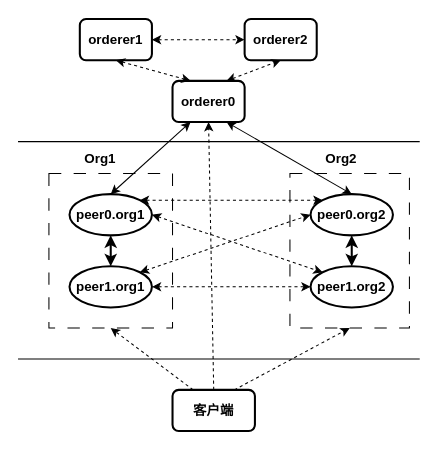
Before: 网络拓扑.drawio in szuchenyajun/design_pattern_uml, a draw.io diagram. Source tidied: cells renumbered, new cells numbered last; positions are measured from the earlier drawing's top-left corner, leaving out a move shared by most shapes. Both pictures are drawn from the tidied source at 103%, with x=0, y=0 at pixel (18, 19).
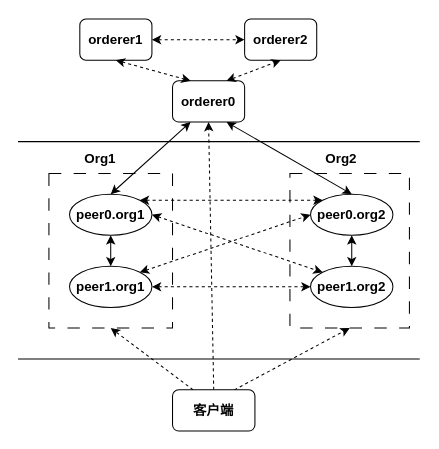
The same page after the edit.

Commit message:
更新网络拓扑.drawio

Change to the diagram source:
```diff
@@
-    <mxCell id="2" value="orderer1" style="rounded=1;whiteSpace=wrap;html=1;strokeWidth=2;fontSize=13;fontStyle=1;" parent="1" vertex="1">
+    <mxCell id="2" value="orderer1" style="rounded=1;whiteSpace=wrap;html=1;strokeWidth=1;fontSize=13;fontStyle=1;" parent="1" vertex="1">
       <mxGeometry x="60" width="70" height="40" as="geometry" />
     </mxCell>
-    <mxCell id="3" value="orderer0" style="rounded=1;whiteSpace=wrap;html=1;strokeWidth=2;fontSize=13;fontStyle=1;" parent="1" vertex="1">
+    <mxCell id="3" value="orderer0" style="rounded=1;whiteSpace=wrap;html=1;strokeWidth=1;fontSize=13;fontStyle=1;" parent="1" vertex="1">
       <mxGeometry x="150" y="60" width="70" height="40" as="geometry" />
     </mxCell>
-    <mxCell id="4" value="orderer2" style="rounded=1;whiteSpace=wrap;html=1;strokeWidth=2;fontSize=13;fontStyle=1;" parent="1" vertex="1">
+    <mxCell id="4" value="orderer2" style="rounded=1;whiteSpace=wrap;html=1;strokeWidth=1;fontSize=13;fontStyle=1;" parent="1" vertex="1">
       <mxGeometry x="220" width="70" height="40" as="geometry" />
     </mxCell>
@@
-    <mxCell id="6" value="peer0.org1" style="ellipse;whiteSpace=wrap;html=1;strokeWidth=2;fontSize=13;fontStyle=1;" parent="1" vertex="1">
+    <mxCell id="6" value="peer0.org1" style="ellipse;whiteSpace=wrap;html=1;strokeWidth=1;fontSize=13;fontStyle=1;" parent="1" vertex="1">
       <mxGeometry x="50" y="170" width="80" height="40" as="geometry" />
     </mxCell>
-    <mxCell id="7" value="peer1.org1" style="ellipse;whiteSpace=wrap;html=1;strokeWidth=2;fontSize=13;fontStyle=1;" parent="1" vertex="1">
+    <mxCell id="7" value="peer1.org1" style="ellipse;whiteSpace=wrap;html=1;strokeWidth=1;fontSize=13;fontStyle=1;" parent="1" vertex="1">
       <mxGeometry x="50" y="240" width="80" height="40" as="geometry" />
     </mxCell>
@@
-    <mxCell id="10" value="peer0.org2" style="ellipse;whiteSpace=wrap;html=1;strokeWidth=2;fontSize=13;fontStyle=1;" parent="1" vertex="1">
+    <mxCell id="10" value="peer0.org2" style="ellipse;whiteSpace=wrap;html=1;strokeWidth=1;fontSize=13;fontStyle=1;" parent="1" vertex="1">
       <mxGeometry x="284" y="170" width="80" height="40" as="geometry" />
     </mxCell>
-    <mxCell id="11" value="peer1.org2" style="ellipse;whiteSpace=wrap;html=1;strokeWidth=2;fontSize=13;fontStyle=1;" parent="1" vertex="1">
+    <mxCell id="11" value="peer1.org2" style="ellipse;whiteSpace=wrap;html=1;strokeWidth=1;fontSize=13;fontStyle=1;" parent="1" vertex="1">
       <mxGeometry x="284" y="240" width="80" height="40" as="geometry" />
     </mxCell>
@@
-    <mxCell id="16" value="客户端" style="rounded=1;whiteSpace=wrap;html=1;strokeWidth=2;fontSize=13;fontStyle=1;" parent="1" vertex="1">
+    <mxCell id="16" value="客户端" style="rounded=1;whiteSpace=wrap;html=1;strokeWidth=1;fontSize=13;fontStyle=1;" parent="1" vertex="1">
       <mxGeometry x="150" y="360" width="80" height="40" as="geometry" />
     </mxCell>
@@
-    <mxCell id="28" style="endArrow=classic;startArrow=classic;html=1;rounded=0;entryX=0.5;entryY=1;entryDx=0;entryDy=0;strokeWidth=2;fontSize=13;fontStyle=1;" parent="1" edge="1" source="7" target="6">
+    <mxCell id="28" style="endArrow=classic;startArrow=classic;html=1;rounded=0;entryX=0.5;entryY=1;entryDx=0;entryDy=0;strokeWidth=1;fontSize=13;fontStyle=1;" parent="1" edge="1" source="7" target="6">
       <mxGeometry relative="1" as="geometry" />
     </mxCell>
-    <mxCell id="29" style="endArrow=classic;startArrow=classic;html=1;rounded=0;entryX=0.5;entryY=1;entryDx=0;entryDy=0;exitX=0.5;exitY=0;exitDx=0;exitDy=0;strokeWidth=2;fontSize=13;fontStyle=1;" parent="1" edge="1" source="11" target="10">
+    <mxCell id="29" style="endArrow=classic;startArrow=classic;html=1;rounded=0;entryX=0.5;entryY=1;entryDx=0;entryDy=0;exitX=0.5;exitY=0;exitDx=0;exitDy=0;strokeWidth=1;fontSize=13;fontStyle=1;" parent="1" edge="1" source="11" target="10">
       <mxGeometry relative="1" as="geometry" />
     </mxCell>
```
